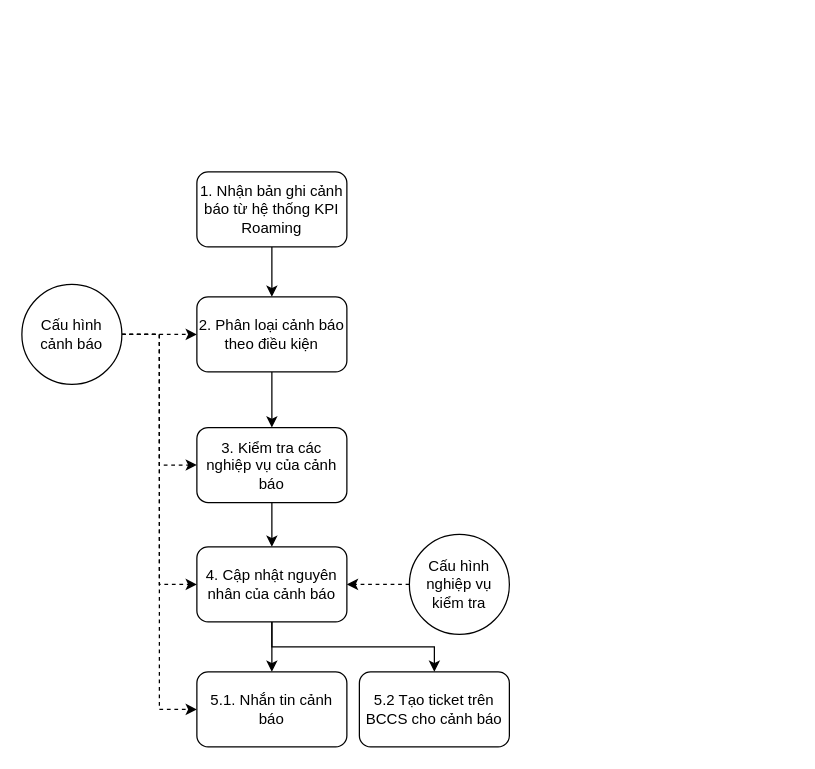
This is 123.drawio from Vipdt5k49/linh_tinh, a draw.io file, before an edit. Source tidied: cells renumbered, new cells numbered last; positions are measured from the earlier drawing's top-left corner, leaving out a move shared by most shapes. Both pictures are drawn from the tidied source at 125%, with x=0, y=0 at pixel (21, 171).
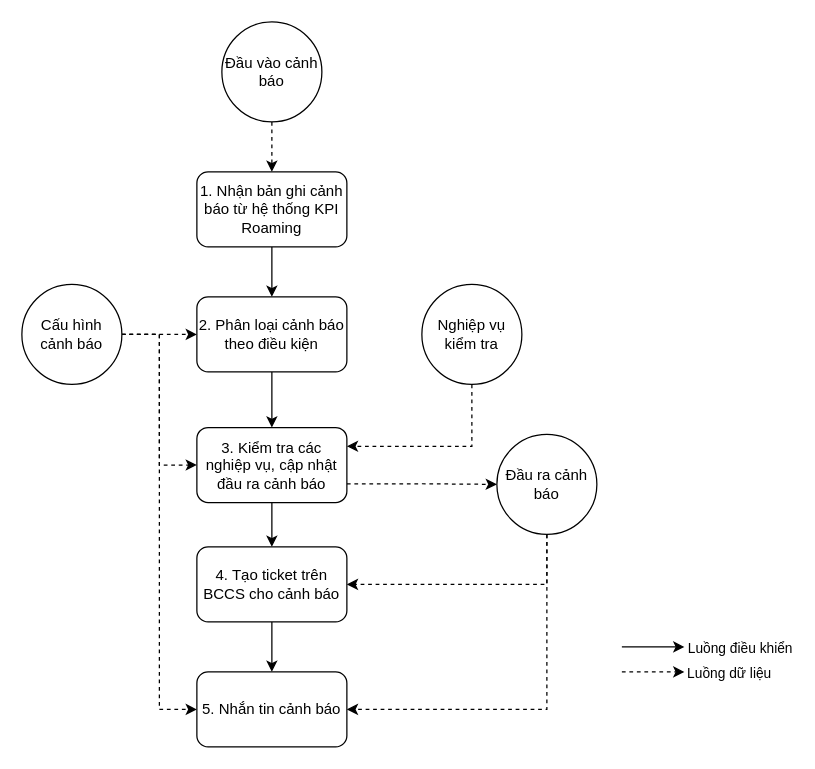
After the change.

Commit message:
Cập nhật 123.drawio

The change refers to these unchanged cells:
```xml
<mxCell id="3" value="1. Nhận bản ghi cảnh báo từ hệ thống KPI Roaming" style="rounded=1;whiteSpace=wrap;html=1;" parent="1" vertex="1">
  <mxGeometry x="140" width="120" height="60" as="geometry" />
</mxCell>
<mxCell id="17" value="Cấu hình cảnh báo" style="ellipse;whiteSpace=wrap;html=1;rounded=1;" parent="1" vertex="1">
  <mxGeometry y="90" width="80" height="80" as="geometry" />
</mxCell>
```

What changed in the source:
```diff
@@
+    <mxCell id="20" style="edgeStyle=orthogonalEdgeStyle;rounded=0;jettySize=auto;html=1;dashed=1;" parent="1" edge="1" source="25" target="3">
+      <mxGeometry relative="1" as="geometry" />
+    </mxCell>
@@
-    <mxCell id="8" style="edgeStyle=orthogonalEdgeStyle;rounded=0;jettySize=auto;html=1;dashed=1;entryX=1;entryY=0.5;entryDx=0;entryDy=0;" parent="1" edge="1" source="18" target="12">
+    <mxCell id="8" style="edgeStyle=orthogonalEdgeStyle;rounded=0;jettySize=auto;html=1;dashed=1;entryX=1;entryY=0.25;entryDx=0;entryDy=0;exitX=0.5;exitY=1;exitDx=0;exitDy=0;" parent="1" edge="1" source="18" target="9">
       <mxGeometry relative="1" as="geometry" />
     </mxCell>
+    <mxCell id="21" style="edgeStyle=orthogonalEdgeStyle;rounded=0;jettySize=auto;html=1;exitX=1;exitY=0.75;exitDx=0;exitDy=0;dashed=1;" parent="1" edge="1" source="9" target="24">
+      <mxGeometry relative="1" as="geometry" />
+    </mxCell>
-    <mxCell id="9" value="3. Kiểm tra các nghiệp vụ của cảnh báo" style="whiteSpace=wrap;html=1;rounded=1;" parent="1" vertex="1">
+    <mxCell id="9" value="3. Kiểm tra các nghiệp vụ, cập nhật đầu ra cảnh báo" style="whiteSpace=wrap;html=1;rounded=1;" parent="1" vertex="1">
       <mxGeometry x="140" y="204.5" width="120" height="60" as="geometry" />
     </mxCell>
-    <mxCell id="10" style="edgeStyle=orthogonalEdgeStyle;rounded=0;jettySize=auto;html=1;exitX=0.5;exitY=1;exitDx=0;exitDy=0;" parent="1" edge="1" source="12" target="13">
-      <mxGeometry relative="1" as="geometry" />
-    </mxCell>
@@
-    <mxCell id="12" value="4. Cập nhật nguyên nhân của cảnh báo" style="whiteSpace=wrap;html=1;rounded=1;" parent="1" vertex="1">
+    <mxCell id="12" value="4. Tạo ticket trên BCCS cho cảnh báo" style="whiteSpace=wrap;html=1;rounded=1;" parent="1" vertex="1">
       <mxGeometry x="140" y="300" width="120" height="60" as="geometry" />
     </mxCell>
-    <mxCell id="13" value="5.2 Tạo ticket trên BCCS cho cảnh báo" style="whiteSpace=wrap;html=1;rounded=1;" parent="1" vertex="1">
-      <mxGeometry x="270" y="400" width="120" height="60" as="geometry" />
-    </mxCell>
@@
-    <mxCell id="15" style="edgeStyle=orthogonalEdgeStyle;rounded=0;jettySize=auto;html=1;exitX=1;exitY=0.5;exitDx=0;exitDy=0;entryX=0;entryY=0.5;entryDx=0;entryDy=0;dashed=1;" parent="1" edge="1" source="17" target="12">
-      <mxGeometry relative="1" as="geometry" />
-    </mxCell>
@@
-    <mxCell id="18" value="Cấu hình nghiệp vụ kiểm tra" style="ellipse;whiteSpace=wrap;html=1;rounded=1;" parent="1" vertex="1">
-      <mxGeometry x="310" y="290" width="80" height="80" as="geometry" />
+    <mxCell id="18" value="Nghiệp vụ kiểm tra" style="ellipse;whiteSpace=wrap;html=1;rounded=1;" parent="1" vertex="1">
+      <mxGeometry x="320" y="90" width="80" height="80" as="geometry" />
     </mxCell>
-    <mxCell id="19" value="5.1. Nhắn tin cảnh báo" style="whiteSpace=wrap;html=1;rounded=1;" parent="1" vertex="1">
+    <mxCell id="19" value="5. Nhắn tin cảnh báo" style="whiteSpace=wrap;html=1;rounded=1;" parent="1" vertex="1">
       <mxGeometry x="140" y="400" width="120" height="60" as="geometry" />
     </mxCell>
+    <mxCell id="22" style="edgeStyle=orthogonalEdgeStyle;rounded=0;jettySize=auto;html=1;exitX=0.5;exitY=1;exitDx=0;exitDy=0;entryX=1;entryY=0.5;entryDx=0;entryDy=0;dashed=1;" parent="1" edge="1" source="24" target="12">
+      <mxGeometry relative="1" as="geometry" />
+    </mxCell>
+    <mxCell id="23" style="edgeStyle=orthogonalEdgeStyle;rounded=0;jettySize=auto;html=1;exitX=0.5;exitY=1;exitDx=0;exitDy=0;entryX=1;entryY=0.5;entryDx=0;entryDy=0;dashed=1;" parent="1" edge="1" source="24" target="19">
+      <mxGeometry relative="1" as="geometry" />
+    </mxCell>
+    <mxCell id="24" value="Đầu ra cảnh báo" style="ellipse;whiteSpace=wrap;html=1;rounded=1;" parent="1" vertex="1">
+      <mxGeometry x="380" y="210" width="80" height="80" as="geometry" />
+    </mxCell>
+    <mxCell id="25" value="Đầu vào cảnh báo" style="ellipse;whiteSpace=wrap;html=1;rounded=1;" parent="1" vertex="1">
+      <mxGeometry x="160" y="-120" width="80" height="80" as="geometry" />
+    </mxCell>
+    <mxCell id="26" style="endArrow=classic;html=1;rounded=0;verticalAlign=middle;align=left;labelPosition=right;verticalLabelPosition=middle;textDirection=ltr;" parent="1" edge="1">
+      <mxGeometry relative="1" as="geometry">
+        <mxPoint x="480" y="380" as="sourcePoint" />
+        <mxPoint x="530" y="380" as="targetPoint" />
+      </mxGeometry>
+    </mxCell>
+    <mxCell id="27" value="Luồng điều khiển" style="edgeLabel;html=1;align=right;verticalAlign=middle;" parent="26" vertex="1">
+      <mxGeometry x="-0.16" y="-2" relative="1" as="geometry">
+        <mxPoint x="116" y="-2" as="offset" />
+      </mxGeometry>
+    </mxCell>
+    <mxCell id="28" style="endArrow=classic;html=1;rounded=0;verticalAlign=middle;align=left;labelPosition=right;verticalLabelPosition=middle;textDirection=ltr;dashed=1;" parent="1" edge="1">
+      <mxGeometry relative="1" as="geometry">
+        <mxPoint x="480" y="400" as="sourcePoint" />
+        <mxPoint x="530" y="400" as="targetPoint" />
+      </mxGeometry>
+    </mxCell>
+    <mxCell id="29" value="Luồng dữ liệu" style="edgeLabel;html=1;align=right;verticalAlign=middle;labelPosition=left;verticalLabelPosition=middle;" parent="28" vertex="1">
+      <mxGeometry x="-0.16" y="-2" relative="1" as="geometry">
+        <mxPoint x="99" y="-2" as="offset" />
+      </mxGeometry>
+    </mxCell>
```
